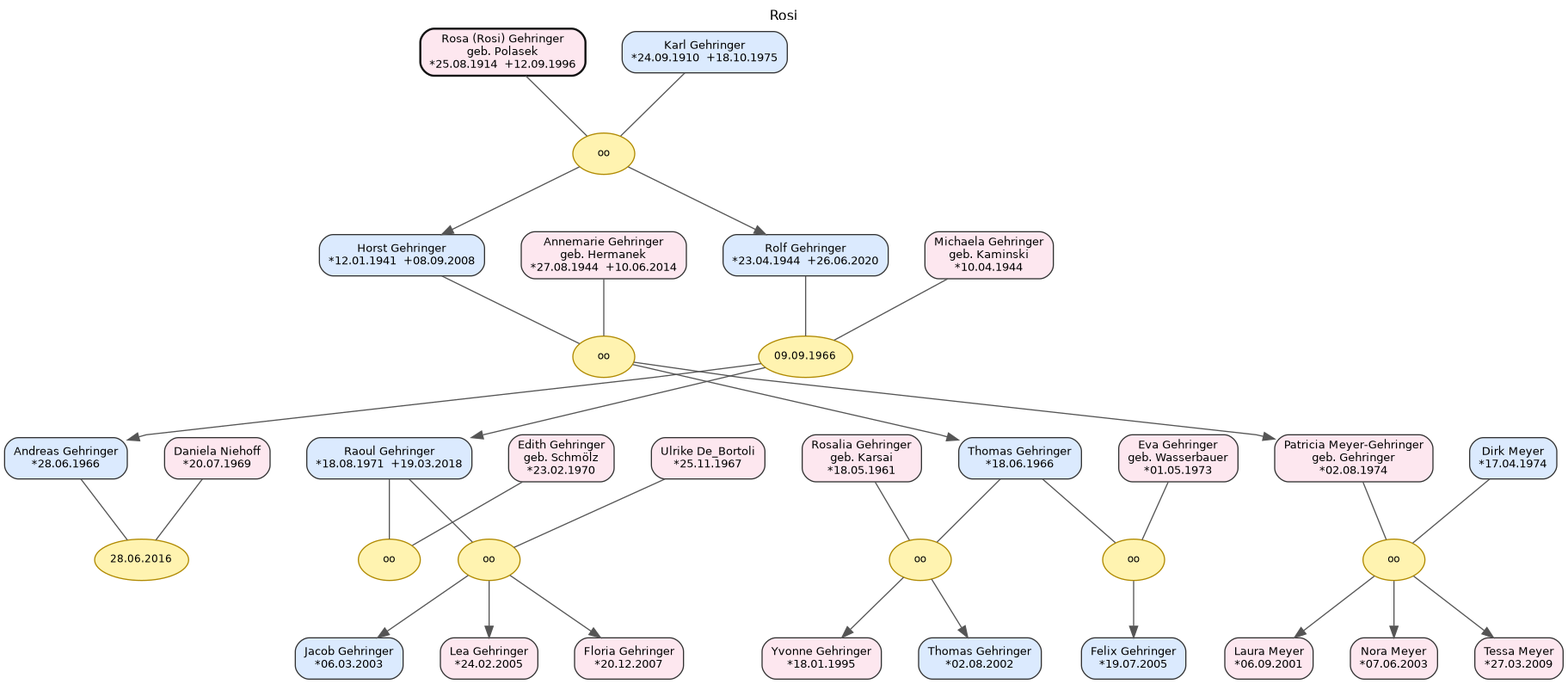
This is Rosi_0_10.png from Konfusius16/Ahnentafel-Polasek, a Graphviz export, as it was before one commit. Its source is kept beside it as Rosi_0_10.dot.
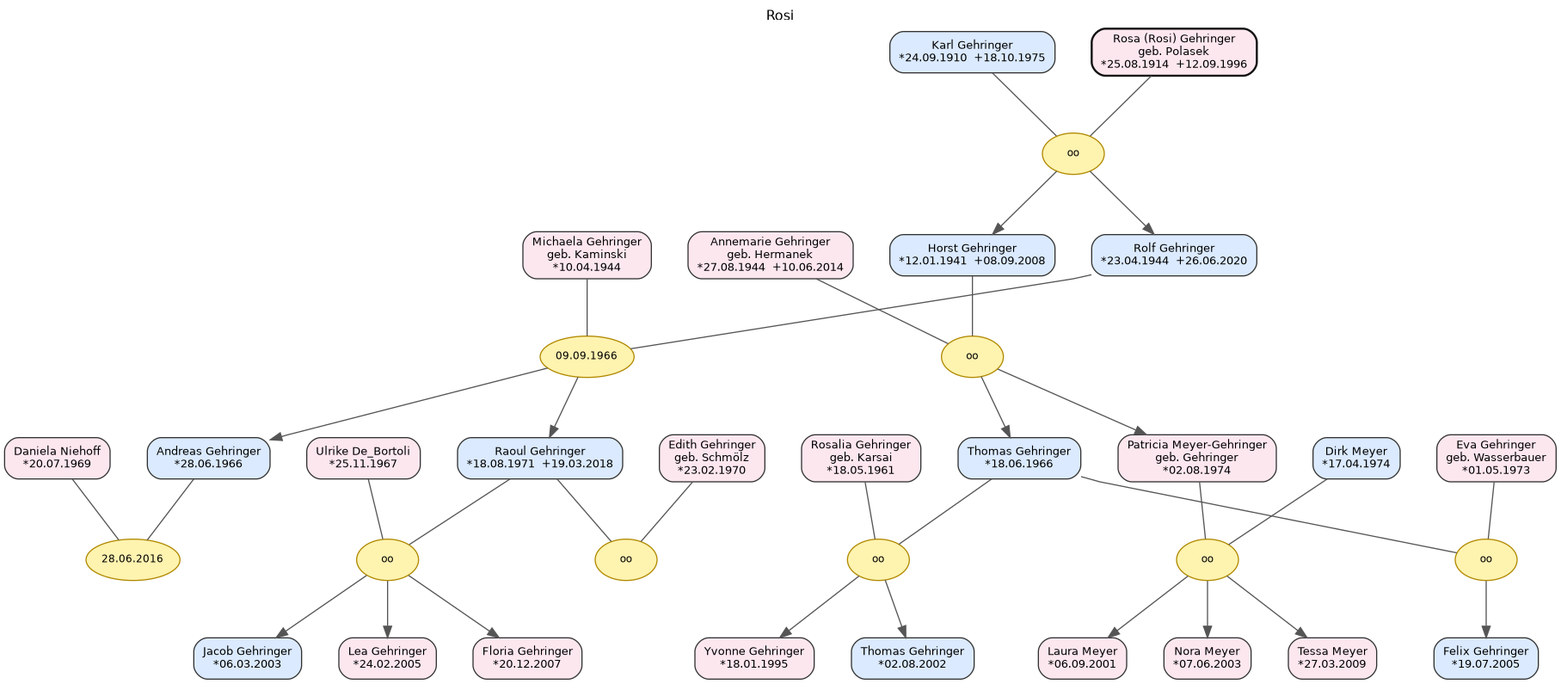
Above is the later version.

Change to the diagram source:
```diff
@@ -3,63 +3,159 @@
 	graph [fontname="DejaVu Sans" fontsize=12 label=Rosi labelloc=t]
 	node [color="#333333" fontname="DejaVu Sans" fontsize=10 shape=box style="rounded,filled"]
 	edge [color="#555555" fontname="DejaVu Sans"]
+	geh03 [label="Rolf Gehringer
+*23.04.1944  +26.06.2020" fillcolor="#dbeafe" id=P_geh03]
+	g5p09 [label="Lea Gehringer
+*24.02.2005" fillcolor="#fde7ef" id=P_g5p09]
+	g4p04 [label="Eva Gehringer
+geb. Wasserbauer
+*01.05.1973" fillcolor="#fde7ef" id=P_g4p04]
+	g4p09 [label="Tessa Meyer
+*27.03.2009" fillcolor="#fde7ef" id=P_g4p09]
+	g4p01 [label="Rosalia Gehringer
+geb. Karsai
+*18.05.1961" fillcolor="#fde7ef" id=P_g4p01]
+	g4p02 [label="Yvonne Gehringer
+*18.01.1995" fillcolor="#fde7ef" id=P_g4p02]
+	geh09 [label="Karl Gehringer
+*24.09.1910  +18.10.1975" fillcolor="#dbeafe" id=P_geh09]
+	geh01 [label="Horst Gehringer
+*12.01.1941  +08.09.2008" fillcolor="#dbeafe" id=P_geh01]
+	geh08 [label="Raoul Gehringer
+*18.08.1971  +19.03.2018" fillcolor="#dbeafe" id=P_geh08]
+	g4p07 [label="Laura Meyer
+*06.09.2001" fillcolor="#fde7ef" id=P_g4p07]
+	geh02 [label="Annemarie Gehringer
+geb. Hermanek
+*27.08.1944  +10.06.2014" fillcolor="#fde7ef" id=P_geh02]
+	g4p06 [label="Dirk Meyer
+*17.04.1974" fillcolor="#dbeafe" id=P_g4p06]
+	geh05 [label="Thomas Gehringer
+*18.06.1966" fillcolor="#dbeafe" id=P_geh05]
+	g4p05 [label="Felix Gehringer
+*19.07.2005" fillcolor="#dbeafe" id=P_g4p05]
+	g5p04 [label="Daniela Niehoff
+*20.07.1969" fillcolor="#fde7ef" id=P_g5p04]
+	g5p08 [label="Jacob Gehringer
+*06.03.2003" fillcolor="#dbeafe" id=P_g5p08]
 	att38 [label="Rosa (Rosi) Gehringer
 geb. Polasek
 *25.08.1914  +12.09.1996" color="#111111" fillcolor="#fde7ef" id=P_att38 penwidth=1.8]
-	g4p08 [label="Nora Meyer
-*07.06.2003" fillcolor="#fde7ef" id=P_g4p08]
+	geh07 [label="Andreas Gehringer
+*28.06.1966" fillcolor="#dbeafe" id=P_geh07]
 	geh04 [label="Michaela Gehringer
 geb. Kaminski
 *10.04.1944" fillcolor="#fde7ef" id=P_geh04]
-	g4p09 [label="Tessa Meyer
-*27.03.2009" fillcolor="#fde7ef" id=P_g4p09]
-	g4p04 [label="Eva Gehringer
-geb. Wasserbauer
-*01.05.1973" fillcolor="#fde7ef" id=P_g4p04]
-	geh07 [label="Andreas Gehringer
-*28.06.1966" fillcolor="#dbeafe" id=P_geh07]
-	g4p06 [label="Dirk Meyer
-*17.04.1974" fillcolor="#dbeafe" id=P_g4p06]
 	geh06 [label="Patricia Meyer-Gehringer
 geb. Gehringer
 *02.08.1974" fillcolor="#fde7ef" id=P_geh06]
-	geh02 [label="Annemarie Gehringer
-geb. Hermanek
-*27.08.1944  +10.06.2014" fillcolor="#fde7ef" id=P_geh02]
-	geh08 [label="Raoul Gehringer
-*18.08.1971  +19.03.2018" fillcolor="#dbeafe" id=P_geh08]
+	g4p03 [label="Thomas Gehringer
+*02.08.2002" fillcolor="#dbeafe" id=P_g4p03]
+	g4p08 [label="Nora Meyer
+*07.06.2003" fillcolor="#fde7ef" id=P_g4p08]
 	g5p10 [label="Floria Gehringer
 *20.12.2007" fillcolor="#fde7ef" id=P_g5p10]
-	g5p07 [label="Ulrike De_Bortoli
-*25.11.1967" fillcolor="#fde7ef" id=P_g5p07]
-	g4p02 [label="Yvonne Gehringer
-*18.01.1995" fillcolor="#fde7ef" id=P_g4p02]
-	g4p05 [label="Felix Gehringer
-*19.07.2005" fillcolor="#dbeafe" id=P_g4p05]
-	geh05 [label="Thomas Gehringer
-*18.06.1966" fillcolor="#dbeafe" id=P_geh05]
-	g5p09 [label="Lea Gehringer
-*24.02.2005" fillcolor="#fde7ef" id=P_g5p09]
-	g4p01 [label="Rosalia Gehringer
-geb. Karsai
-*18.05.1961" fillcolor="#fde7ef" id=P_g4p01]
-	g4p07 [label="Laura Meyer
-*06.09.2001" fillcolor="#fde7ef" id=P_g4p07]
-	geh03 [label="Rolf Gehringer
-*23.04.1944  +26.06.2020" fillcolor="#dbeafe" id=P_geh03]
-	g5p08 [label="Jacob Gehringer
-*06.03.2003" fillcolor="#dbeafe" id=P_g5p08]
-	g5p04 [label="Daniela Niehoff
-*20.07.1969" fillcolor="#fde7ef" id=P_g5p04]
-	geh01 [label="Horst Gehringer
-*12.01.1941  +08.09.2008" fillcolor="#dbeafe" id=P_geh01]
 	gehS01 [label="Edith Gehringer
 geb. Schmölz
 *23.02.1970" fillcolor="#fde7ef" id=P_gehS01]
-	g4p03 [label="Thomas Gehringer
-*02.08.2002" fillcolor="#dbeafe" id=P_g4p03]
-	geh09 [label="Karl Gehringer
-*24.09.1910  +18.10.1975" fillcolor="#dbeafe" id=P_geh09]
+	g5p07 [label="Ulrike De_Bortoli
+*25.11.1967" fillcolor="#fde7ef" id=P_g5p07]
+	M_gehF3 [label=oo color="#b08900" fillcolor="#fff3b0" fontsize=9 id=M_gehF3 shape=ellipse style=filled]
+	subgraph rank_gehF3 {
+		rank=same
+		geh09
+		att38
+	}
+	geh09 -> att38 [constraint=true minlen=0 style=invis weight=3600]
+	geh09 -> M_gehF3 [dir=none minlen=1 weight=60]
+	att38 -> M_gehF3 [dir=none minlen=1 weight=60]
+	subgraph kids_gehF3 {
+		rank=same
+		geh01
+		geh03
+	}
+	M_gehF3 -> geh01
+	M_gehF3 -> geh03
+	geh01 -> geh03 [constraint=true minlen=0 style=invis weight=1400]
+	subgraph pair_geh01 {
+		rank=same
+		geh01
+		geh02
+	}
+	geh01 -> geh02 [constraint=true minlen=0 style=invis weight=2600]
+	geh02 -> geh03 [constraint=true minlen=0 style=invis weight=2000]
+	subgraph pair_geh03 {
+		rank=same
+		geh03
+		geh04
+	}
+	geh03 -> geh04 [constraint=true minlen=0 style=invis weight=2600]
+	M_g4F1 [label=oo color="#b08900" fillcolor="#fff3b0" fontsize=9 id=M_g4F1 shape=ellipse style=filled]
+	subgraph rank_g4F1 {
+		rank=same
+		geh05
+		g4p01
+	}
+	geh05 -> g4p01 [constraint=true minlen=0 style=invis weight=3600]
+	geh05 -> M_g4F1 [dir=none minlen=1 weight=60]
+	g4p01 -> M_g4F1 [dir=none minlen=1 weight=60]
+	subgraph kids_g4F1 {
+		rank=same
+		g4p02
+		g4p03
+	}
+	M_g4F1 -> g4p02
+	M_g4F1 -> g4p03
+	g4p02 -> g4p03 [constraint=true minlen=0 style=invis weight=1400]
+	M_g4F3 [label=oo color="#b08900" fillcolor="#fff3b0" fontsize=9 id=M_g4F3 shape=ellipse style=filled]
+	subgraph rank_g4F3 {
+		rank=same
+		g4p06
+		geh06
+	}
+	g4p06 -> geh06 [constraint=true minlen=0 style=invis weight=3600]
+	g4p06 -> M_g4F3 [dir=none minlen=1 weight=60]
+	geh06 -> M_g4F3 [dir=none minlen=1 weight=60]
+	subgraph kids_g4F3 {
+		rank=same
+		g4p07
+		g4p08
+		g4p09
+	}
+	M_g4F3 -> g4p07
+	M_g4F3 -> g4p08
+	M_g4F3 -> g4p09
+	g4p07 -> g4p08 [constraint=true minlen=0 style=invis weight=1400]
+	g4p08 -> g4p09 [constraint=true minlen=0 style=invis weight=1400]
+	M_g5F2 [label="28.06.2016" color="#b08900" fillcolor="#fff3b0" fontsize=9 id=M_g5F2 shape=ellipse style=filled]
+	subgraph rank_g5F2 {
+		rank=same
+		geh07
+		g5p04
+	}
+	geh07 -> g5p04 [constraint=true minlen=0 style=invis weight=3600]
+	geh07 -> M_g5F2 [dir=none minlen=1 weight=60]
+	g5p04 -> M_g5F2 [dir=none minlen=1 weight=60]
+	M_g5F4 [label=oo color="#b08900" fillcolor="#fff3b0" fontsize=9 id=M_g5F4 shape=ellipse style=filled]
+	subgraph rank_g5F4 {
+		rank=same
+		geh08
+		g5p07
+	}
+	geh08 -> g5p07 [constraint=true minlen=0 style=invis weight=3600]
+	geh08 -> M_g5F4 [dir=none minlen=1 weight=60]
+	g5p07 -> M_g5F4 [dir=none minlen=1 weight=60]
+	subgraph kids_g5F4 {
+		rank=same
+		g5p08
+		g5p09
+		g5p10
+	}
+	M_g5F4 -> g5p08
+	M_g5F4 -> g5p09
+	M_g5F4 -> g5p10
+	g5p08 -> g5p09 [constraint=true minlen=0 style=invis weight=1400]
+	g5p09 -> g5p10 [constraint=true minlen=0 style=invis weight=1400]
 	M_gehF1 [label=oo color="#b08900" fillcolor="#fff3b0" fontsize=9 id=M_gehF1 shape=ellipse style=filled]
 	subgraph rank_gehF1 {
 		rank=same
@@ -90,72 +186,20 @@
 		g4p06
 	}
 	g4p06 -> geh06 [constraint=true minlen=0 style=invis weight=2600]
-	M_g5F4 [label=oo color="#b08900" fillcolor="#fff3b0" fontsize=9 id=M_g5F4 shape=ellipse style=filled]
-	subgraph rank_g5F4 {
-		rank=same
-		geh08
-		g5p07
-	}
-	geh08 -> g5p07 [constraint=true minlen=0 style=invis weight=3600]
-	geh08 -> M_g5F4 [dir=none minlen=1 weight=60]
-	g5p07 -> M_g5F4 [dir=none minlen=1 weight=60]
-	subgraph kids_g5F4 {
-		rank=same
-		g5p08
-		g5p09
-		g5p10
-	}
-	M_g5F4 -> g5p08
-	M_g5F4 -> g5p09
-	M_g5F4 -> g5p10
-	g5p08 -> g5p09 [constraint=true minlen=0 style=invis weight=1400]
-	g5p09 -> g5p10 [constraint=true minlen=0 style=invis weight=1400]
-	M_g4F3 [label=oo color="#b08900" fillcolor="#fff3b0" fontsize=9 id=M_g4F3 shape=ellipse style=filled]
-	subgraph rank_g4F3 {
-		rank=same
-		g4p06
-		geh06
-	}
-	g4p06 -> geh06 [constraint=true minlen=0 style=invis weight=3600]
-	g4p06 -> M_g4F3 [dir=none minlen=1 weight=60]
-	geh06 -> M_g4F3 [dir=none minlen=1 weight=60]
-	subgraph kids_g4F3 {
-		rank=same
-		g4p07
-		g4p08
-		g4p09
-	}
-	M_g4F3 -> g4p07
-	M_g4F3 -> g4p08
-	M_g4F3 -> g4p09
-	g4p07 -> g4p08 [constraint=true minlen=0 style=invis weight=1400]
-	g4p08 -> g4p09 [constraint=true minlen=0 style=invis weight=1400]
-	M_g5F2 [label="28.06.2016" color="#b08900" fillcolor="#fff3b0" fontsize=9 id=M_g5F2 shape=ellipse style=filled]
-	subgraph rank_g5F2 {
-		rank=same
-		geh07
-		g5p04
-	}
-	geh07 -> g5p04 [constraint=true minlen=0 style=invis weight=3600]
-	geh07 -> M_g5F2 [dir=none minlen=1 weight=60]
-	g5p04 -> M_g5F2 [dir=none minlen=1 weight=60]
-	M_g4F1 [label=oo color="#b08900" fillcolor="#fff3b0" fontsize=9 id=M_g4F1 shape=ellipse style=filled]
-	subgraph rank_g4F1 {
+	M_g4F2 [label=oo color="#b08900" fillcolor="#fff3b0" fontsize=9 id=M_g4F2 shape=ellipse style=filled]
+	subgraph rank_g4F2 {
 		rank=same
 		geh05
-		g4p01
+		g4p04
 	}
-	geh05 -> g4p01 [constraint=true minlen=0 style=invis weight=3600]
-	geh05 -> M_g4F1 [dir=none minlen=1 weight=60]
-	g4p01 -> M_g4F1 [dir=none minlen=1 weight=60]
-	subgraph kids_g4F1 {
+	geh05 -> g4p04 [constraint=true minlen=0 style=invis weight=3600]
+	geh05 -> M_g4F2 [dir=none minlen=1 weight=60]
+	g4p04 -> M_g4F2 [dir=none minlen=1 weight=60]
+	subgraph kids_g4F2 {
 		rank=same
-		g4p02
-		g4p03
+		g4p05
 	}
-	M_g4F1 -> g4p02
-	M_g4F1 -> g4p03
-	g4p02 -> g4p03 [constraint=true minlen=0 style=invis weight=1400]
+	M_g4F2 -> g4p05
 	M_gehF2 [label="09.09.1966" color="#b08900" fillcolor="#fff3b0" fontsize=9 id=M_gehF2 shape=ellipse style=filled]
 	subgraph rank_gehF2 {
 		rank=same
@@ -186,20 +230,6 @@
 		gehS01
 	}
 	geh08 -> gehS01 [constraint=true minlen=0 style=invis weight=2600]
-	M_g4F2 [label=oo color="#b08900" fillcolor="#fff3b0" fontsize=9 id=M_g4F2 shape=ellipse style=filled]
-	subgraph rank_g4F2 {
-		rank=same
-		geh05
-		g4p04
-	}
-	geh05 -> g4p04 [constraint=true minlen=0 style=invis weight=3600]
-	geh05 -> M_g4F2 [dir=none minlen=1 weight=60]
-	g4p04 -> M_g4F2 [dir=none minlen=1 weight=60]
-	subgraph kids_g4F2 {
-		rank=same
-		g4p05
-	}
-	M_g4F2 -> g4p05
 	M_gehF4 [label=oo color="#b08900" fillcolor="#fff3b0" fontsize=9 id=M_gehF4 shape=ellipse style=filled]
 	subgraph rank_gehF4 {
 		rank=same
@@ -209,36 +239,6 @@
 	geh08 -> gehS01 [constraint=true minlen=0 style=invis weight=3600]
 	geh08 -> M_gehF4 [dir=none minlen=1 weight=60]
 	gehS01 -> M_gehF4 [dir=none minlen=1 weight=60]
-	M_gehF3 [label=oo color="#b08900" fillcolor="#fff3b0" fontsize=9 id=M_gehF3 shape=ellipse style=filled]
-	subgraph rank_gehF3 {
-		rank=same
-		geh09
-		att38
-	}
-	geh09 -> att38 [constraint=true minlen=0 style=invis weight=3600]
-	geh09 -> M_gehF3 [dir=none minlen=1 weight=60]
-	att38 -> M_gehF3 [dir=none minlen=1 weight=60]
-	subgraph kids_gehF3 {
-		rank=same
-		geh01
-		geh03
-	}
-	M_gehF3 -> geh01
-	M_gehF3 -> geh03
-	geh01 -> geh03 [constraint=true minlen=0 style=invis weight=1400]
-	subgraph pair_geh01 {
-		rank=same
-		geh01
-		geh02
-	}
-	geh01 -> geh02 [constraint=true minlen=0 style=invis weight=2600]
-	geh02 -> geh03 [constraint=true minlen=0 style=invis weight=2000]
-	subgraph pair_geh03 {
-		rank=same
-		geh03
-		geh04
-	}
-	geh03 -> geh04 [constraint=true minlen=0 style=invis weight=2600]
 	subgraph gen_0 {
 		rank=same
 		att38
```
